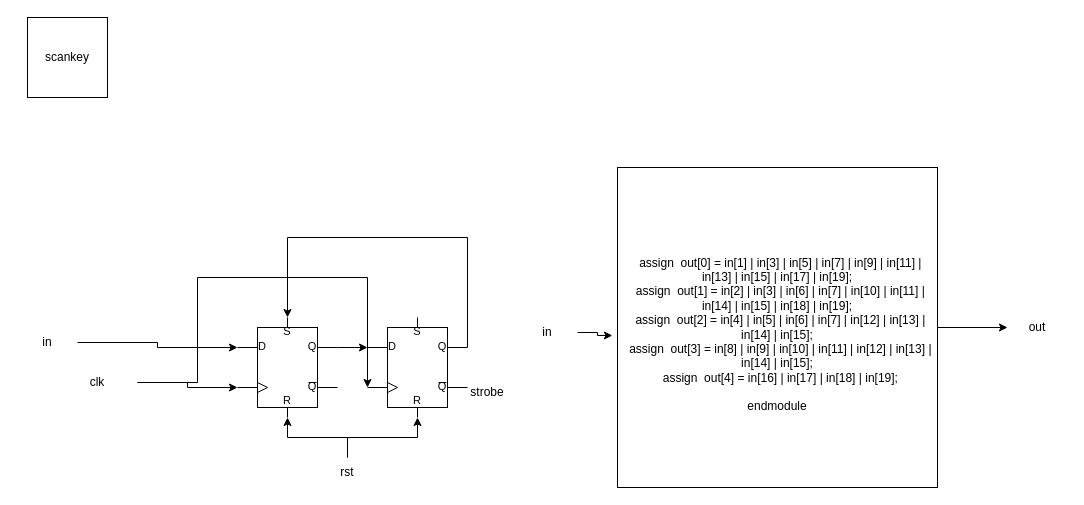
Before: Untitled Diagram.drawio in LeoChen21/chenLeo, a draw.io diagram. Source tidied: cells renumbered, new cells numbered last; positions are measured from the earlier drawing's top-left corner, leaving out a move shared by most shapes. Both pictures are drawn from the tidied source at 100%, with x=0, y=0 at pixel (17, 17).
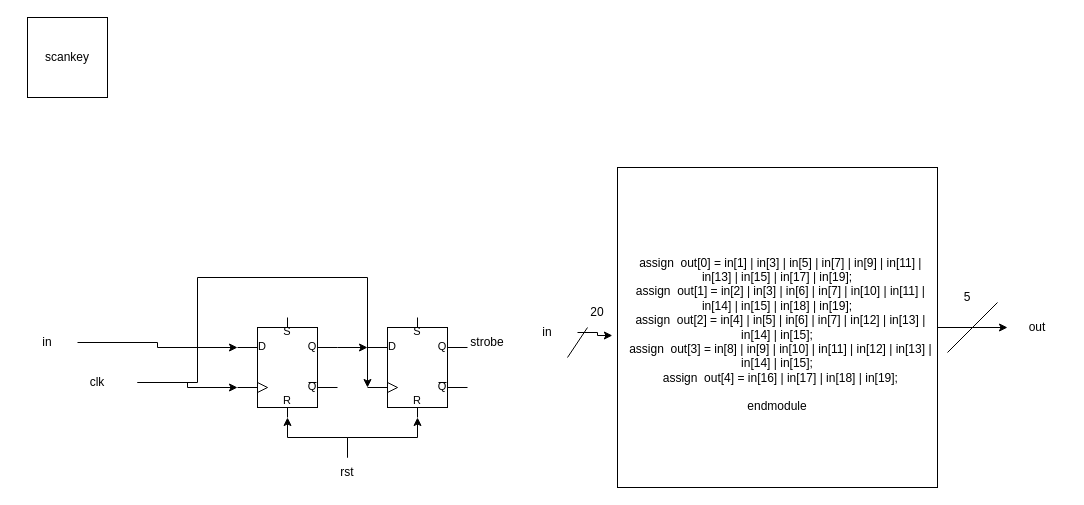
The same diagram, later.

Unchanged cells that the change refers to:
```xml
<mxCell id="15" style="verticalLabelPosition=bottom;shadow=0;dashed=0;align=center;html=1;verticalAlign=top;shape=mxgraph.electrical.logic_gates.d_type_rs_flip-flop;" parent="1" vertex="1">
  <mxGeometry x="220" y="300" width="100" height="100" as="geometry" />
</mxCell>
<mxCell id="16" style="verticalLabelPosition=bottom;shadow=0;dashed=0;align=center;html=1;verticalAlign=top;shape=mxgraph.electrical.logic_gates.d_type_rs_flip-flop;" parent="1" vertex="1">
  <mxGeometry x="350" y="300" width="100" height="100" as="geometry" />
</mxCell>
```

Diff of the diagram source:
```diff
@@
     <mxCell id="13" value="&lt;div&gt;strobe&lt;/div&gt;" style="text;html=1;strokeColor=none;fillColor=none;align=center;verticalAlign=middle;whiteSpace=wrap;rounded=0;" parent="1" vertex="1">
-      <mxGeometry x="440" y="360" width="60" height="30" as="geometry" />
+      <mxGeometry x="440" y="310" width="60" height="30" as="geometry" />
     </mxCell>
@@
-    <mxCell id="17" style="endArrow=classic;html=1;rounded=0;exitX=1;exitY=0.3;exitDx=0;exitDy=0;exitPerimeter=0;entryX=0.5;entryY=0;entryDx=0;entryDy=0;entryPerimeter=0;" parent="1" edge="1" source="16" target="15">
-      <mxGeometry relative="1" as="geometry">
-        <Array as="points">
-          <mxPoint x="450" y="220" />
-          <mxPoint x="270" y="220" />
-        </Array>
-      </mxGeometry>
-    </mxCell>
@@
+    <mxCell id="21" style="endArrow=none;html=1;rounded=0;" parent="1" edge="1" target="22">
+      <mxGeometry relative="1" as="geometry">
+        <mxPoint x="550" y="340" as="sourcePoint" />
+      </mxGeometry>
+    </mxCell>
+    <mxCell id="22" value="20" style="text;html=1;strokeColor=none;fillColor=none;align=center;verticalAlign=middle;whiteSpace=wrap;rounded=0;" parent="1" vertex="1">
+      <mxGeometry x="550" y="280" width="60" height="30" as="geometry" />
+    </mxCell>
+    <mxCell id="23" value="5" style="text;html=1;strokeColor=none;fillColor=none;align=center;verticalAlign=middle;whiteSpace=wrap;rounded=0;" parent="1" vertex="1">
+      <mxGeometry x="920" y="265" width="60" height="30" as="geometry" />
+    </mxCell>
+    <mxCell id="24" style="endArrow=none;html=1;rounded=0;" parent="1" edge="1">
+      <mxGeometry relative="1" as="geometry">
+        <mxPoint x="930" y="335" as="sourcePoint" />
+        <mxPoint x="980" y="285" as="targetPoint" />
+      </mxGeometry>
+    </mxCell>
```
